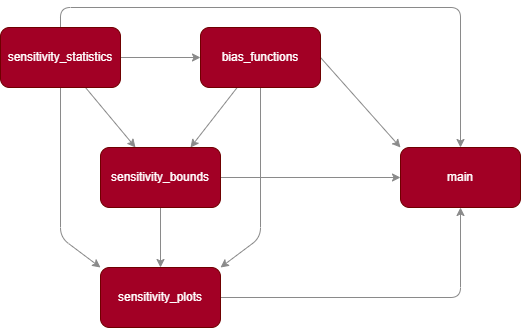
This is map.png from d2cml-ai/JlSensemakr.jl, a draw.io export, as it was before one commit. Source tidied: cells renumbered, new cells last; positions are measured from the earlier drawing's top-left corner, leaving out a move shared by most shapes.
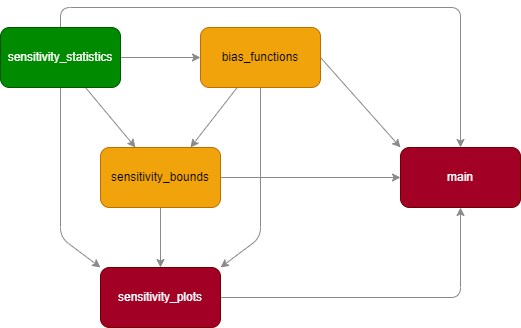
After the commit.

The edit, as a diff of the source:
```diff
@@ -24,7 +24,7 @@
         </Array>
       </mxGeometry>
     </mxCell>
-    <mxCell id="6" value="sensitivity_statistics" style="rounded=1;whiteSpace=wrap;html=1;fillColor=#a20025;fontColor=#ffffff;strokeColor=#6F0000;" parent="1" vertex="1">
+    <mxCell id="6" value="sensitivity_statistics" style="rounded=1;whiteSpace=wrap;html=1;fillColor=#008a00;fontColor=#ffffff;strokeColor=#005700;" parent="1" vertex="1">
       <mxGeometry y="20" width="120" height="60" as="geometry" />
     </mxCell>
     <mxCell id="7" style="edgeStyle=none;html=1;entryX=0.75;entryY=0;entryDx=0;entryDy=0;strokeColor=#8A8A8A;" parent="1" edge="1" source="10" target="13">
@@ -40,7 +40,7 @@
         </Array>
       </mxGeometry>
     </mxCell>
-    <mxCell id="10" value="bias_functions" style="rounded=1;whiteSpace=wrap;html=1;fillColor=#a20025;fontColor=#ffffff;strokeColor=#6F0000;" parent="1" vertex="1">
+    <mxCell id="10" value="bias_functions" style="rounded=1;whiteSpace=wrap;html=1;fillColor=#f0a30a;fontColor=#000000;strokeColor=#BD7000;" parent="1" vertex="1">
       <mxGeometry x="200" y="20" width="120" height="60" as="geometry" />
     </mxCell>
     <mxCell id="11" style="edgeStyle=none;html=1;entryX=0.5;entryY=0;entryDx=0;entryDy=0;strokeColor=#8A8A8A;" parent="1" edge="1" source="13" target="15">
@@ -49,7 +49,7 @@
     <mxCell id="12" style="edgeStyle=none;html=1;entryX=0;entryY=0.5;entryDx=0;entryDy=0;strokeColor=#8A8A8A;" parent="1" edge="1" source="13" target="16">
       <mxGeometry relative="1" as="geometry" />
     </mxCell>
-    <mxCell id="13" value="sensitivity_bounds" style="rounded=1;whiteSpace=wrap;html=1;fillColor=#a20025;fontColor=#ffffff;strokeColor=#6F0000;" parent="1" vertex="1">
+    <mxCell id="13" value="sensitivity_bounds" style="rounded=1;whiteSpace=wrap;html=1;fillColor=#f0a30a;fontColor=#000000;strokeColor=#BD7000;" parent="1" vertex="1">
       <mxGeometry x="100" y="140" width="120" height="60" as="geometry" />
     </mxCell>
     <mxCell id="14" style="edgeStyle=none;html=1;entryX=0.5;entryY=1;entryDx=0;entryDy=0;strokeColor=#8A8A8A;" parent="1" edge="1" source="15" target="16">
```
